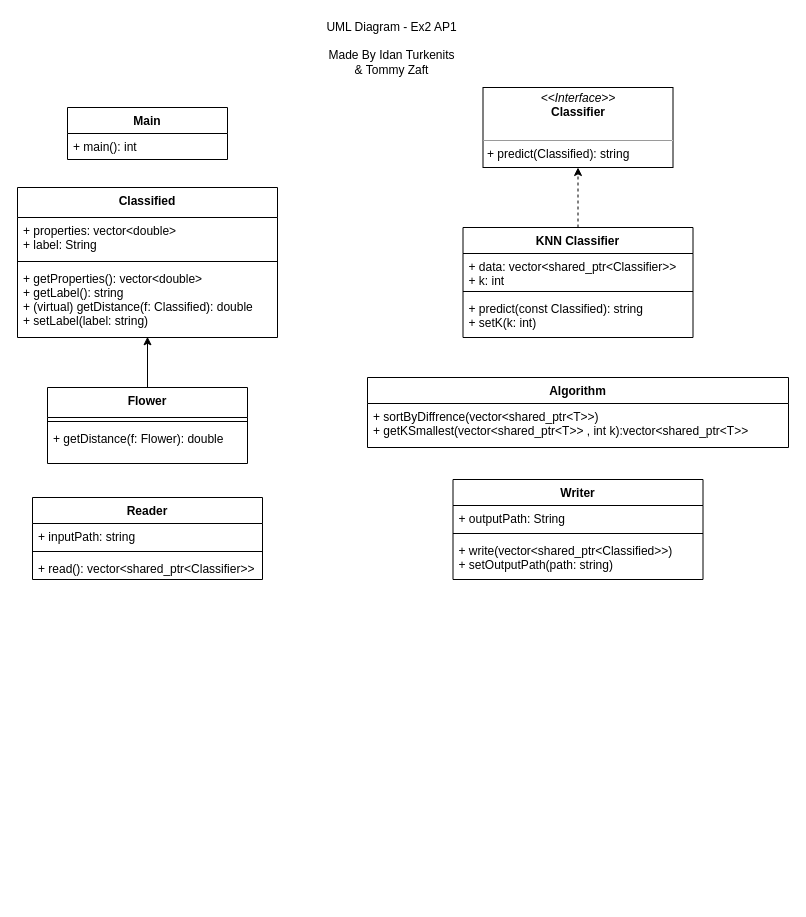
Earlier version of the draw.io diagram uml.drawio (Tom-stack3/AP1-ex3). Source tidied: cells renumbered, new cells numbered last; positions are measured from the earlier drawing's top-left corner, leaving out a move shared by most shapes. Both pictures are drawn from the tidied source at 100%, with x=0, y=0 at pixel (17, 17).
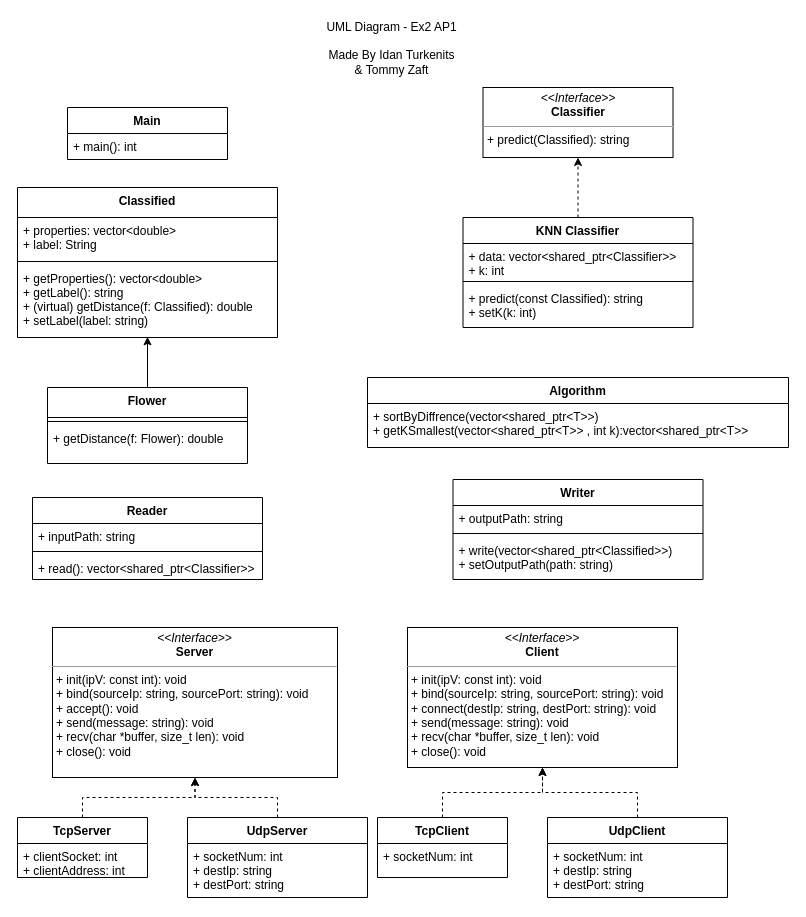
The same page after the edit.

Commit message (it also covers changes not shown here):
planning ahead

Unchanged cells that the change refers to:
```xml
<mxCell id="11" value="Writer" style="swimlane;fontStyle=1;align=center;verticalAlign=top;horizontal=1;startSize=26;" parent="1" vertex="1">
  <mxGeometry x="435.5" y="462" width="250" height="100" as="geometry" />
</mxCell>
```

Change to the diagram source:
```diff
@@
-    <mxCell id="12" value="+ outputPath: String" style="text;strokeColor=none;fillColor=none;align=left;verticalAlign=top;spacingLeft=4;spacingRight=4;overflow=hidden;" parent="11" vertex="1">
+    <mxCell id="12" value="+ outputPath: string" style="text;strokeColor=none;fillColor=none;align=left;verticalAlign=top;spacingLeft=4;spacingRight=4;overflow=hidden;" parent="11" vertex="1">
       <mxGeometry y="26" width="250" height="24" as="geometry" />
     </mxCell>
@@
-    <mxCell id="15" value="&lt;p style=&quot;margin: 0px ; margin-top: 4px ; text-align: center&quot;&gt;&lt;i&gt;&amp;lt;&amp;lt;Interface&amp;gt;&amp;gt;&lt;/i&gt;&lt;br&gt;&lt;b&gt;Classifier&lt;/b&gt;&lt;/p&gt;&lt;p style=&quot;margin: 0px ; margin-left: 4px&quot;&gt;&lt;br&gt;&lt;/p&gt;&lt;hr size=&quot;1&quot;&gt;&lt;p style=&quot;margin: 0px ; margin-left: 4px&quot;&gt;+ predict(Classified): string&lt;br&gt;&lt;br&gt;&lt;/p&gt;" style="verticalAlign=top;align=left;overflow=fill;fontSize=12;fontFamily=Helvetica;html=1;" parent="1" vertex="1">
-      <mxGeometry x="465.5" y="70" width="190" height="80" as="geometry" />
+    <mxCell id="15" value="&lt;p style=&quot;margin: 0px ; margin-top: 4px ; text-align: center&quot;&gt;&lt;i&gt;&amp;lt;&amp;lt;Interface&amp;gt;&amp;gt;&lt;/i&gt;&lt;br&gt;&lt;b&gt;Classifier&lt;/b&gt;&lt;/p&gt;&lt;hr size=&quot;1&quot;&gt;&lt;p style=&quot;margin: 0px ; margin-left: 4px&quot;&gt;+ predict(Classified): string&lt;br&gt;&lt;br&gt;&lt;/p&gt;" style="verticalAlign=top;align=left;overflow=fill;fontSize=12;fontFamily=Helvetica;html=1;" parent="1" vertex="1">
+      <mxGeometry x="465.5" y="70" width="190" height="70" as="geometry" />
     </mxCell>
@@
     <mxCell id="22" value="KNN Classifier" style="swimlane;fontStyle=1;align=center;verticalAlign=top;horizontal=1;startSize=26;" parent="1" vertex="1">
-      <mxGeometry x="445.5" y="210" width="230" height="110" as="geometry" />
+      <mxGeometry x="445.5" y="200" width="230" height="110" as="geometry" />
     </mxCell>
@@
+    <mxCell id="30" value="&lt;p style=&quot;margin: 0px ; margin-top: 4px ; text-align: center&quot;&gt;&lt;i&gt;&amp;lt;&amp;lt;Interface&amp;gt;&amp;gt;&lt;/i&gt;&lt;br&gt;&lt;b&gt;Server&lt;/b&gt;&lt;/p&gt;&lt;hr size=&quot;1&quot;&gt;&lt;p style=&quot;margin: 0px 0px 0px 4px&quot;&gt;+ init(ipV: const int): void&lt;/p&gt;&lt;p style=&quot;margin: 0px 0px 0px 4px&quot;&gt;+ bind(sourceIp: string, sourcePort: string): void&lt;/p&gt;&lt;p style=&quot;margin: 0px 0px 0px 4px&quot;&gt;+ accept(): void&lt;/p&gt;&lt;p style=&quot;margin: 0px 0px 0px 4px&quot;&gt;+ send(message: string): void&lt;/p&gt;&lt;p style=&quot;margin: 0px 0px 0px 4px&quot;&gt;+ recv(char *buffer, size_t len): void&lt;/p&gt;&lt;p style=&quot;margin: 0px 0px 0px 4px&quot;&gt;+ close(): void&lt;/p&gt;&lt;p style=&quot;margin: 0px ; margin-left: 4px&quot;&gt;&lt;br&gt;&lt;/p&gt;" style="verticalAlign=top;align=left;overflow=fill;fontSize=12;fontFamily=Helvetica;html=1;" parent="1" vertex="1">
+      <mxGeometry x="35" y="610" width="285" height="150" as="geometry" />
+    </mxCell>
+    <mxCell id="31" value="&lt;p style=&quot;margin: 0px ; margin-top: 4px ; text-align: center&quot;&gt;&lt;i&gt;&amp;lt;&amp;lt;Interface&amp;gt;&amp;gt;&lt;/i&gt;&lt;br&gt;&lt;b&gt;Client&lt;/b&gt;&lt;/p&gt;&lt;hr size=&quot;1&quot;&gt;&lt;p style=&quot;margin: 0px ; margin-left: 4px&quot;&gt;+ init(ipV: const int): void&lt;/p&gt;&lt;p style=&quot;margin: 0px ; margin-left: 4px&quot;&gt;+ bind(sourceIp: string, sourcePort: string): void&lt;/p&gt;&lt;p style=&quot;margin: 0px ; margin-left: 4px&quot;&gt;+ connect(destIp: string, destPort: string): void&lt;/p&gt;&lt;p style=&quot;margin: 0px ; margin-left: 4px&quot;&gt;+ send(message: string): void&lt;/p&gt;&lt;p style=&quot;margin: 0px ; margin-left: 4px&quot;&gt;+ recv(char *buffer, size_t len): void&lt;/p&gt;&lt;p style=&quot;margin: 0px ; margin-left: 4px&quot;&gt;+ close(): void&lt;br&gt;&lt;br&gt;&lt;/p&gt;" style="verticalAlign=top;align=left;overflow=fill;fontSize=12;fontFamily=Helvetica;html=1;" parent="1" vertex="1">
+      <mxGeometry x="390" y="610" width="270" height="140" as="geometry" />
+    </mxCell>
+    <mxCell id="32" style="edgeStyle=orthogonalEdgeStyle;rounded=0;jumpStyle=none;jumpSize=2;jettySize=auto;html=1;exitX=0.5;exitY=0;exitDx=0;exitDy=0;entryX=0.5;entryY=1;entryDx=0;entryDy=0;dashed=1;" parent="1" edge="1" source="33" target="31">
+      <mxGeometry relative="1" as="geometry" />
+    </mxCell>
+    <mxCell id="33" value="TcpClient" style="swimlane;fontStyle=1;align=center;verticalAlign=top;horizontal=1;startSize=26;" parent="1" vertex="1">
+      <mxGeometry x="360" y="800" width="130" height="60" as="geometry" />
+    </mxCell>
+    <mxCell id="34" value="+ socketNum: int" style="text;strokeColor=none;fillColor=none;align=left;verticalAlign=top;spacingLeft=4;spacingRight=4;overflow=hidden;" parent="33" vertex="1">
+      <mxGeometry y="26" width="130" height="34" as="geometry" />
+    </mxCell>
+    <mxCell id="35" style="edgeStyle=orthogonalEdgeStyle;rounded=0;jettySize=auto;html=1;exitX=0.5;exitY=0;exitDx=0;exitDy=0;entryX=0.5;entryY=1;entryDx=0;entryDy=0;jumpStyle=none;jumpSize=2;dashed=1;" parent="1" edge="1" source="36" target="31">
+      <mxGeometry relative="1" as="geometry" />
+    </mxCell>
+    <mxCell id="36" value="UdpClient" style="swimlane;fontStyle=1;align=center;verticalAlign=top;horizontal=1;startSize=26;" parent="1" vertex="1">
+      <mxGeometry x="530" y="800" width="180" height="80" as="geometry" />
+    </mxCell>
+    <mxCell id="37" value="+ socketNum: int&#10;+ destIp: string&#10;+ destPort: string" style="text;strokeColor=none;fillColor=none;align=left;verticalAlign=top;spacingLeft=4;spacingRight=4;overflow=hidden;" parent="36" vertex="1">
+      <mxGeometry y="26" width="180" height="54" as="geometry" />
+    </mxCell>
+    <mxCell id="38" style="edgeStyle=orthogonalEdgeStyle;rounded=0;jumpStyle=none;jumpSize=2;jettySize=auto;html=1;exitX=0.5;exitY=0;exitDx=0;exitDy=0;entryX=0.5;entryY=1;entryDx=0;entryDy=0;dashed=1;" parent="1" edge="1" source="39" target="30">
+      <mxGeometry relative="1" as="geometry" />
+    </mxCell>
+    <mxCell id="39" value="TcpServer" style="swimlane;fontStyle=1;align=center;verticalAlign=top;horizontal=1;startSize=26;" parent="1" vertex="1">
+      <mxGeometry y="800" width="130" height="60" as="geometry" />
+    </mxCell>
+    <mxCell id="40" value="+ clientSocket: int&#10;+ clientAddress: int" style="text;strokeColor=none;fillColor=none;align=left;verticalAlign=top;spacingLeft=4;spacingRight=4;overflow=hidden;" parent="39" vertex="1">
+      <mxGeometry y="26" width="130" height="34" as="geometry" />
+    </mxCell>
+    <mxCell id="41" style="edgeStyle=orthogonalEdgeStyle;rounded=0;jumpStyle=none;jumpSize=2;jettySize=auto;html=1;exitX=0.5;exitY=0;exitDx=0;exitDy=0;entryX=0.5;entryY=1;entryDx=0;entryDy=0;dashed=1;" parent="1" edge="1" source="42" target="30">
+      <mxGeometry relative="1" as="geometry" />
+    </mxCell>
+    <mxCell id="42" value="UdpServer" style="swimlane;fontStyle=1;align=center;verticalAlign=top;horizontal=1;startSize=26;" parent="1" vertex="1">
+      <mxGeometry x="170" y="800" width="180" height="80" as="geometry" />
+    </mxCell>
+    <mxCell id="43" value="+ socketNum: int&#10;+ destIp: string&#10;+ destPort: string" style="text;strokeColor=none;fillColor=none;align=left;verticalAlign=top;spacingLeft=4;spacingRight=4;overflow=hidden;" parent="42" vertex="1">
+      <mxGeometry y="26" width="180" height="54" as="geometry" />
+    </mxCell>
```
